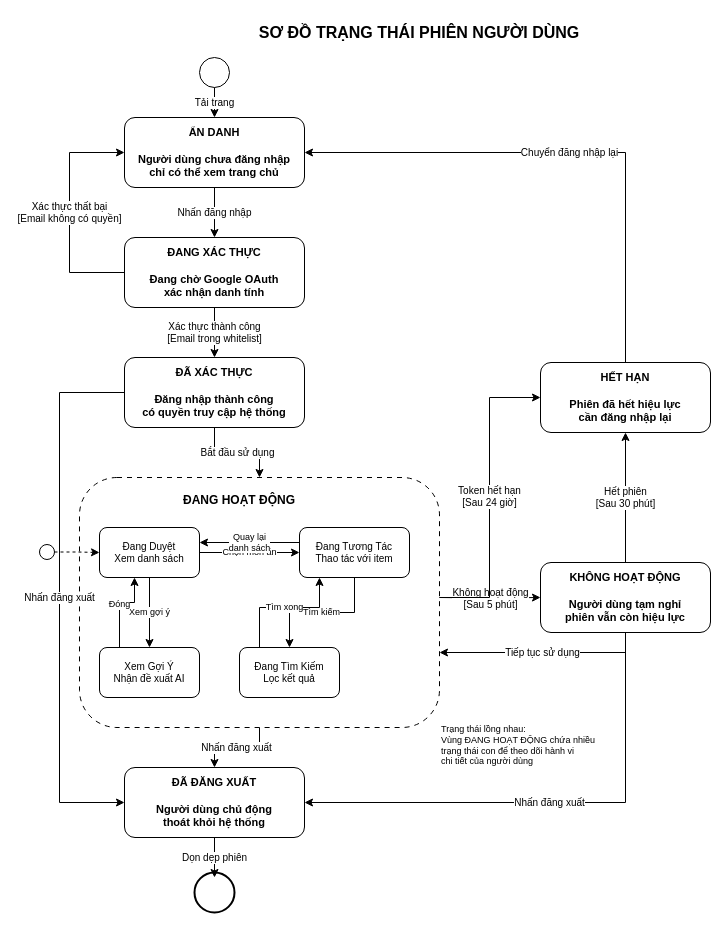
This is diagrams/state/2_user_session_state.drawio from VennDev/VRecommendSystem, a draw.io file, before an edit. Source tidied: cells renumbered, new cells numbered last; positions are measured from the earlier drawing's top-left corner, leaving out a move shared by most shapes. Both pictures are drawn from the tidied source at 100%, with x=0, y=0 at pixel (39, 17).
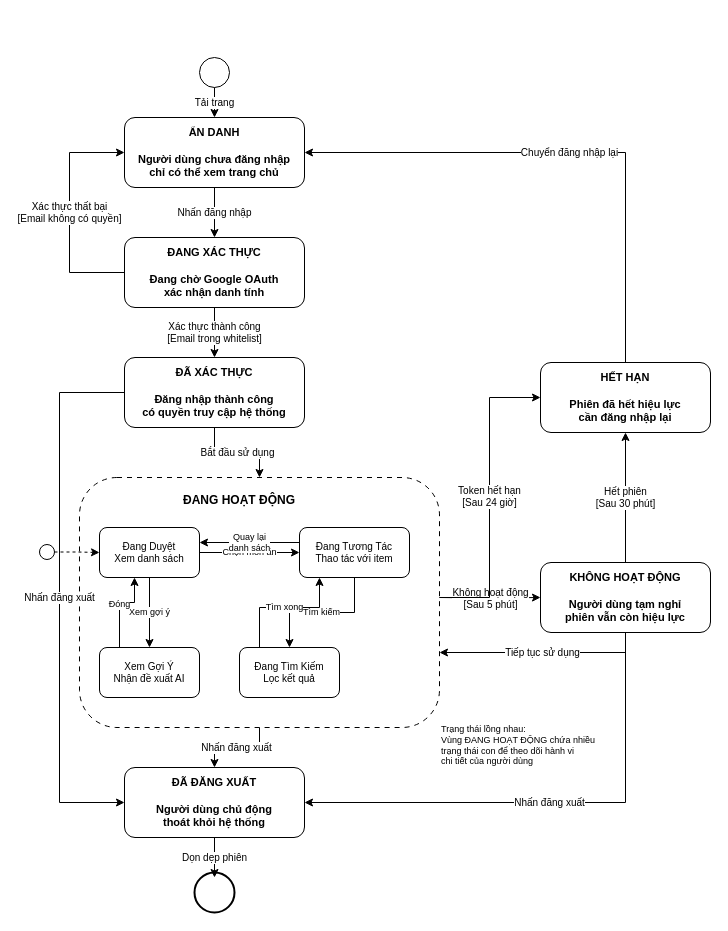
The same page after the edit.

The edit, as a diff of the source:
```diff
@@
-    <mxCell id="2" value="SƠ ĐỒ TRẠNG THÁI PHIÊN NGƯỜI DÙNG" style="text;html=1;align=center;verticalAlign=middle;whiteSpace=wrap;rounded=0;fontSize=16;fontStyle=1;" parent="1" vertex="1">
-      <mxGeometry x="180" width="400" height="30" as="geometry" />
-    </mxCell>
```
